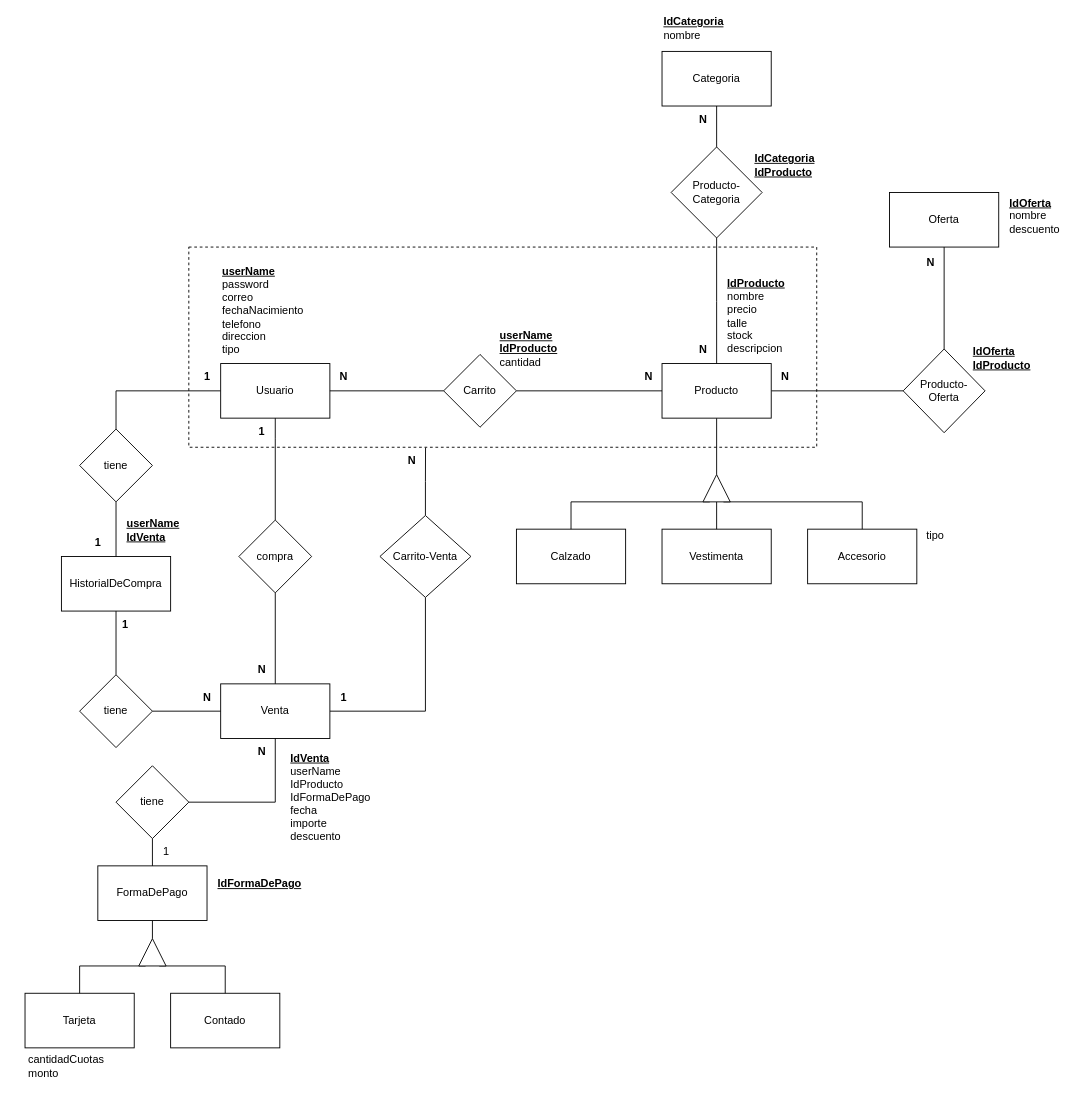
Before: MEREcommerce.drawio in YolausGG/ProyectosReact-TrocheGodoy, a draw.io diagram. Source tidied: cells renumbered, new cells numbered last; positions are measured from the earlier drawing's top-left corner, leaving out a move shared by most shapes. Both pictures are drawn from the tidied source at 91%, with x=0, y=0 at pixel (15, 19).
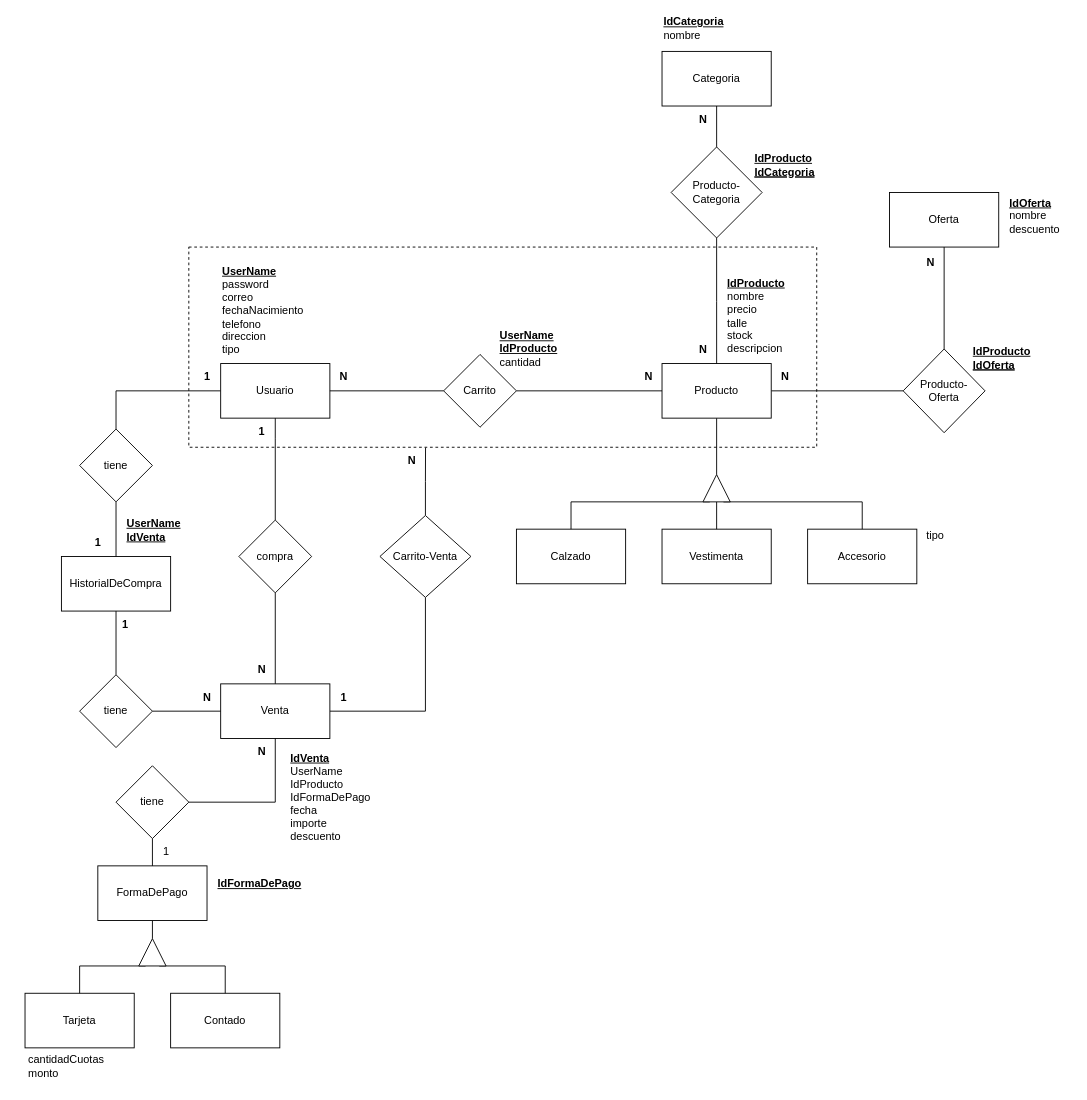
After the change.

Diff of the diagram source:
```diff
@@
-    <mxCell id="41" value="&lt;div style=&quot;&quot;&gt;&lt;div style=&quot;border-color: var(--border-color);&quot;&gt;&lt;b style=&quot;border-color: var(--border-color); background-color: initial;&quot;&gt;&lt;u style=&quot;border-color: var(--border-color);&quot;&gt;IdCategoria&lt;/u&gt;&lt;/b&gt;&lt;/div&gt;&lt;b style=&quot;border-color: var(--border-color);&quot;&gt;&lt;div style=&quot;border-color: var(--border-color);&quot;&gt;&lt;b style=&quot;border-color: var(--border-color); background-color: initial;&quot;&gt;&lt;u style=&quot;border-color: var(--border-color);&quot;&gt;&lt;font style=&quot;border-color: var(--border-color);&quot;&gt;IdProducto&lt;/font&gt;&lt;/u&gt;&lt;/b&gt;&lt;/div&gt;&lt;/b&gt;&lt;/div&gt;" style="text;html=1;strokeColor=none;fillColor=none;align=left;verticalAlign=middle;whiteSpace=wrap;rounded=0;" parent="1" vertex="1">
+    <mxCell id="41" value="&lt;div style=&quot;&quot;&gt;&lt;div style=&quot;border-color: var(--border-color);&quot;&gt;&lt;b style=&quot;background-color: initial; border-color: var(--border-color);&quot;&gt;&lt;u style=&quot;border-color: var(--border-color);&quot;&gt;&lt;font style=&quot;border-color: var(--border-color);&quot;&gt;IdProducto&lt;/font&gt;&lt;/u&gt;&lt;/b&gt;&lt;br&gt;&lt;/div&gt;&lt;div style=&quot;border-color: var(--border-color);&quot;&gt;&lt;b style=&quot;background-color: initial; border-color: var(--border-color);&quot;&gt;&lt;u style=&quot;border-color: var(--border-color);&quot;&gt;&lt;font style=&quot;border-color: var(--border-color);&quot;&gt;&lt;b style=&quot;border-color: var(--border-color); background-color: initial;&quot;&gt;&lt;u style=&quot;border-color: var(--border-color);&quot;&gt;IdCategoria&lt;/u&gt;&lt;/b&gt;&lt;br&gt;&lt;/font&gt;&lt;/u&gt;&lt;/b&gt;&lt;/div&gt;&lt;/div&gt;" style="text;html=1;strokeColor=none;fillColor=none;align=left;verticalAlign=middle;whiteSpace=wrap;rounded=0;" parent="1" vertex="1">
       <mxGeometry x="810" y="150" width="50" height="20" as="geometry" />
     </mxCell>
-    <mxCell id="42" value="&lt;b style=&quot;border-color: var(--border-color);&quot;&gt;&lt;u style=&quot;border-color: var(--border-color);&quot;&gt;userName&lt;br&gt;&lt;/u&gt;&lt;/b&gt;&lt;font style=&quot;font-size: 12px;&quot;&gt;&lt;b style=&quot;text-decoration-line: underline;&quot;&gt;IdProducto&lt;/b&gt;&lt;br&gt;cantidad&lt;br&gt;&lt;/font&gt;&lt;u style=&quot;font-weight: bold;&quot;&gt;&lt;font style=&quot;font-size: 12px;&quot;&gt;&lt;br&gt;&lt;/font&gt;&lt;/u&gt;" style="text;html=1;strokeColor=none;fillColor=none;align=left;verticalAlign=middle;whiteSpace=wrap;rounded=0;" parent="1" vertex="1">
+    <mxCell id="42" value="&lt;b style=&quot;border-color: var(--border-color);&quot;&gt;&lt;u style=&quot;border-color: var(--border-color);&quot;&gt;UserName&lt;br&gt;&lt;/u&gt;&lt;/b&gt;&lt;font style=&quot;font-size: 12px;&quot;&gt;&lt;b style=&quot;text-decoration-line: underline;&quot;&gt;IdProducto&lt;/b&gt;&lt;br&gt;cantidad&lt;br&gt;&lt;/font&gt;&lt;u style=&quot;font-weight: bold;&quot;&gt;&lt;font style=&quot;font-size: 12px;&quot;&gt;&lt;br&gt;&lt;/font&gt;&lt;/u&gt;" style="text;html=1;strokeColor=none;fillColor=none;align=left;verticalAlign=middle;whiteSpace=wrap;rounded=0;" parent="1" vertex="1">
       <mxGeometry x="530" y="348" width="70" height="42" as="geometry" />
     </mxCell>
@@
-    <mxCell id="52" value="&lt;u&gt;userName&lt;/u&gt;&lt;br&gt;&lt;span style=&quot;font-weight: normal;&quot;&gt;password&lt;/span&gt;&lt;br&gt;&lt;span style=&quot;font-weight: normal;&quot;&gt;correo&lt;/span&gt;&lt;br&gt;&lt;span style=&quot;font-weight: normal;&quot;&gt;fechaNacimiento&lt;/span&gt;&lt;br&gt;&lt;span style=&quot;font-weight: normal;&quot;&gt;telefono&lt;br&gt;direccion&lt;br&gt;tipo&lt;/span&gt;&lt;br&gt;&lt;div style=&quot;font-weight: normal;&quot;&gt;&lt;/div&gt;" style="text;html=1;strokeColor=none;fillColor=none;align=left;verticalAlign=middle;whiteSpace=wrap;rounded=0;fontStyle=1;" parent="1" vertex="1">
+    <mxCell id="52" value="&lt;u&gt;UserName&lt;/u&gt;&lt;br&gt;&lt;span style=&quot;font-weight: normal;&quot;&gt;password&lt;/span&gt;&lt;br&gt;&lt;span style=&quot;font-weight: normal;&quot;&gt;correo&lt;/span&gt;&lt;br&gt;&lt;span style=&quot;font-weight: normal;&quot;&gt;fechaNacimiento&lt;/span&gt;&lt;br&gt;&lt;span style=&quot;font-weight: normal;&quot;&gt;telefono&lt;br&gt;direccion&lt;br&gt;tipo&lt;/span&gt;&lt;br&gt;&lt;div style=&quot;font-weight: normal;&quot;&gt;&lt;/div&gt;" style="text;html=1;strokeColor=none;fillColor=none;align=left;verticalAlign=middle;whiteSpace=wrap;rounded=0;fontStyle=1;" parent="1" vertex="1">
       <mxGeometry x="225" y="280" width="145" height="80" as="geometry" />
     </mxCell>
-    <mxCell id="53" value="&lt;u&gt;IdVenta&lt;br&gt;&lt;/u&gt;&lt;span style=&quot;border-color: var(--border-color);&quot;&gt;&lt;span style=&quot;border-color: var(--border-color);&quot;&gt;&lt;span style=&quot;font-weight: normal;&quot;&gt;userName&lt;/span&gt;&lt;br style=&quot;border-color: var(--border-color);&quot;&gt;&lt;/span&gt;&lt;/span&gt;&lt;font style=&quot;border-color: var(--border-color);&quot;&gt;&lt;span style=&quot;border-color: var(--border-color); font-weight: normal;&quot;&gt;IdProducto&lt;br&gt;&lt;/span&gt;&lt;span style=&quot;font-weight: normal;&quot;&gt;IdFormaDePago&lt;/span&gt;&lt;br style=&quot;border-color: var(--border-color);&quot;&gt;&lt;span style=&quot;font-weight: 400;&quot;&gt;fecha&lt;br&gt;&lt;/span&gt;&lt;span style=&quot;font-weight: normal;&quot;&gt;importe&lt;br&gt;descuento&lt;/span&gt;&lt;br style=&quot;border-color: var(--border-color);&quot;&gt;&lt;/font&gt;&lt;div style=&quot;font-weight: normal;&quot;&gt;&lt;/div&gt;" style="text;html=1;strokeColor=none;fillColor=none;align=left;verticalAlign=middle;whiteSpace=wrap;rounded=0;fontStyle=1;" parent="1" vertex="1">
+    <mxCell id="53" value="&lt;u&gt;IdVenta&lt;br&gt;&lt;/u&gt;&lt;span style=&quot;border-color: var(--border-color);&quot;&gt;&lt;span style=&quot;border-color: var(--border-color);&quot;&gt;&lt;span style=&quot;font-weight: normal;&quot;&gt;UserName&lt;/span&gt;&lt;br style=&quot;border-color: var(--border-color);&quot;&gt;&lt;/span&gt;&lt;/span&gt;&lt;font style=&quot;border-color: var(--border-color);&quot;&gt;&lt;span style=&quot;border-color: var(--border-color); font-weight: normal;&quot;&gt;IdProducto&lt;br&gt;&lt;/span&gt;&lt;span style=&quot;font-weight: normal;&quot;&gt;IdFormaDePago&lt;/span&gt;&lt;br style=&quot;border-color: var(--border-color);&quot;&gt;&lt;span style=&quot;font-weight: 400;&quot;&gt;fecha&lt;br&gt;&lt;/span&gt;&lt;span style=&quot;font-weight: normal;&quot;&gt;importe&lt;br&gt;descuento&lt;/span&gt;&lt;br style=&quot;border-color: var(--border-color);&quot;&gt;&lt;/font&gt;&lt;div style=&quot;font-weight: normal;&quot;&gt;&lt;/div&gt;" style="text;html=1;strokeColor=none;fillColor=none;align=left;verticalAlign=middle;whiteSpace=wrap;rounded=0;fontStyle=1;" parent="1" vertex="1">
       <mxGeometry x="300" y="790" width="100" height="130" as="geometry" />
     </mxCell>
@@
-    <mxCell id="74" value="&lt;font style=&quot;font-size: 12px;&quot;&gt;&lt;u style=&quot;font-weight: bold;&quot;&gt;userName&lt;/u&gt;&lt;br&gt;&lt;u style=&quot;font-weight: bold;&quot;&gt;IdVenta&lt;/u&gt;&lt;br&gt;&lt;/font&gt;" style="text;html=1;strokeColor=none;fillColor=none;align=left;verticalAlign=middle;whiteSpace=wrap;rounded=0;" parent="1" vertex="1">
+    <mxCell id="74" value="&lt;font style=&quot;font-size: 12px;&quot;&gt;&lt;u style=&quot;font-weight: bold;&quot;&gt;UserName&lt;/u&gt;&lt;br&gt;&lt;u style=&quot;font-weight: bold;&quot;&gt;IdVenta&lt;/u&gt;&lt;br&gt;&lt;/font&gt;" style="text;html=1;strokeColor=none;fillColor=none;align=left;verticalAlign=middle;whiteSpace=wrap;rounded=0;" parent="1" vertex="1">
       <mxGeometry x="120" y="540" width="125" height="42" as="geometry" />
     </mxCell>
-    <mxCell id="75" value="&lt;div style=&quot;&quot;&gt;&lt;div style=&quot;border-color: var(--border-color);&quot;&gt;&lt;b&gt;&lt;u&gt;IdOferta&lt;/u&gt;&lt;/b&gt;&lt;/div&gt;&lt;b style=&quot;border-color: var(--border-color);&quot;&gt;&lt;div style=&quot;border-color: var(--border-color);&quot;&gt;&lt;b style=&quot;border-color: var(--border-color); background-color: initial;&quot;&gt;&lt;u style=&quot;border-color: var(--border-color);&quot;&gt;&lt;font style=&quot;border-color: var(--border-color);&quot;&gt;IdProducto&lt;/font&gt;&lt;/u&gt;&lt;/b&gt;&lt;/div&gt;&lt;/b&gt;&lt;/div&gt;" style="text;html=1;strokeColor=none;fillColor=none;align=left;verticalAlign=middle;whiteSpace=wrap;rounded=0;" parent="1" vertex="1">
+    <mxCell id="75" value="&lt;div style=&quot;&quot;&gt;&lt;div style=&quot;border-color: var(--border-color);&quot;&gt;&lt;b style=&quot;background-color: initial; border-color: var(--border-color);&quot;&gt;&lt;u style=&quot;border-color: var(--border-color);&quot;&gt;&lt;font style=&quot;border-color: var(--border-color);&quot;&gt;IdProducto&lt;/font&gt;&lt;/u&gt;&lt;/b&gt;&lt;br&gt;&lt;/div&gt;&lt;div style=&quot;border-color: var(--border-color);&quot;&gt;&lt;b style=&quot;background-color: initial; border-color: var(--border-color);&quot;&gt;&lt;u style=&quot;border-color: var(--border-color);&quot;&gt;&lt;font style=&quot;border-color: var(--border-color);&quot;&gt;&lt;b style=&quot;border-color: var(--border-color);&quot;&gt;&lt;u style=&quot;border-color: var(--border-color);&quot;&gt;IdOferta&lt;/u&gt;&lt;/b&gt;&lt;br&gt;&lt;/font&gt;&lt;/u&gt;&lt;/b&gt;&lt;/div&gt;&lt;/div&gt;" style="text;html=1;strokeColor=none;fillColor=none;align=left;verticalAlign=middle;whiteSpace=wrap;rounded=0;" parent="1" vertex="1">
       <mxGeometry x="1050" y="362" width="50" height="20" as="geometry" />
     </mxCell>
```
